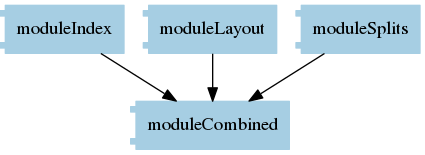
Earlier version of the Graphviz export architecture/png/modules/moduleCombined.png (nevesnunes/MultiViz). Its source is kept beside it as architecture/dot/modules/moduleCombined.dot.
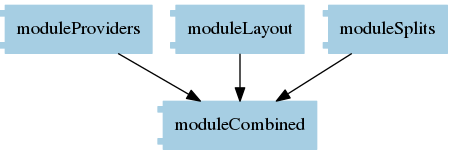
Above is the later version.

The edit, as a diff of the source:
```diff
@@ -6,8 +6,8 @@
     "moduleCombined"[label="moduleCombined", color=1]
 
 
-      "moduleIndex"[label="moduleIndex", color=1]
-      "moduleIndex" -> "moduleCombined"
+      "moduleProviders"[label="moduleProviders", color=1]
+      "moduleProviders" -> "moduleCombined"
 
       "moduleLayout"[label="moduleLayout", color=1]
       "moduleLayout" -> "moduleCombined"
```
